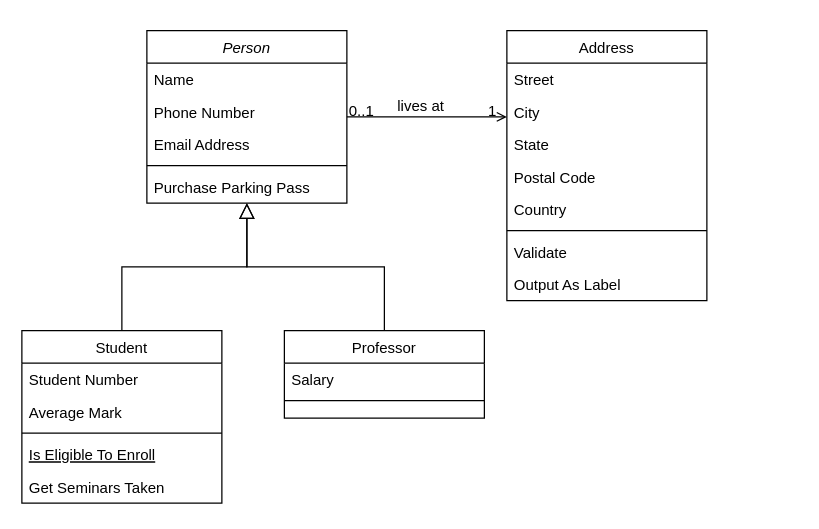
This is UML.drawio from VeronikaParamonova/File_monitoring, a draw.io file, before an edit. Source tidied: cells renumbered, new cells numbered last; positions are measured from the earlier drawing's top-left corner, leaving out a move shared by most shapes. Both pictures are drawn from the tidied source at 125%, with x=0, y=0 at pixel (21, 30).
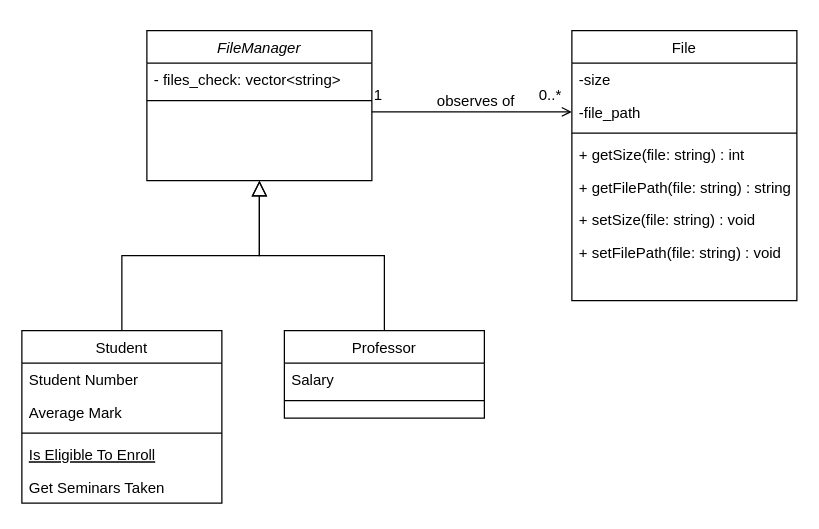
After the change.

Change to the diagram source:
```diff
@@
-    <mxCell id="2" value="Person" style="swimlane;fontStyle=2;align=center;verticalAlign=top;horizontal=1;startSize=26;rounded=0;shadow=0;strokeWidth=1;" parent="1" vertex="1">
-      <mxGeometry x="100" width="160" height="138" as="geometry" />
+    <mxCell id="2" value="FileManager" style="swimlane;fontStyle=2;align=center;verticalAlign=top;horizontal=1;startSize=26;rounded=0;shadow=0;strokeWidth=1;" parent="1" vertex="1">
+      <mxGeometry x="100" width="180" height="120" as="geometry" />
     </mxCell>
-    <mxCell id="3" value="Name" style="text;align=left;verticalAlign=top;spacingLeft=4;spacingRight=4;overflow=hidden;" parent="2" vertex="1">
-      <mxGeometry y="26" width="160" height="26" as="geometry" />
+    <mxCell id="3" value="- files_check: vector&lt;string&gt;" style="text;align=left;verticalAlign=top;spacingLeft=4;spacingRight=4;overflow=hidden;" parent="2" vertex="1">
+      <mxGeometry y="26" width="180" height="26" as="geometry" />
     </mxCell>
-    <mxCell id="4" value="Phone Number" style="text;align=left;verticalAlign=top;spacingLeft=4;spacingRight=4;overflow=hidden;rounded=0;shadow=0;html=0;" parent="2" vertex="1">
-      <mxGeometry y="52" width="160" height="26" as="geometry" />
-    </mxCell>
-    <mxCell id="5" value="Email Address" style="text;align=left;verticalAlign=top;spacingLeft=4;spacingRight=4;overflow=hidden;rounded=0;shadow=0;html=0;" parent="2" vertex="1">
-      <mxGeometry y="78" width="160" height="26" as="geometry" />
-    </mxCell>
     <mxCell id="6" style="line;html=1;strokeWidth=1;align=left;verticalAlign=middle;spacingTop=-1;spacingLeft=3;spacingRight=3;labelPosition=right;" parent="2" vertex="1">
-      <mxGeometry y="104" width="160" height="8" as="geometry" />
+      <mxGeometry y="52" width="180" height="8" as="geometry" />
     </mxCell>
-    <mxCell id="7" value="Purchase Parking Pass" style="text;align=left;verticalAlign=top;spacingLeft=4;spacingRight=4;overflow=hidden;" parent="2" vertex="1">
-      <mxGeometry y="112" width="160" height="26" as="geometry" />
-    </mxCell>
@@
+    <mxCell id="32" style="edgeStyle=orthogonalEdgeStyle;rounded=0;jettySize=auto;html=1;exitX=0.75;exitY=0;exitDx=0;exitDy=0;" parent="1" edge="1" source="19">
+      <mxGeometry relative="1" as="geometry">
+        <mxPoint x="570" y="10" as="targetPoint" />
+      </mxGeometry>
+    </mxCell>
-    <mxCell id="19" value="Address" style="swimlane;fontStyle=0;align=center;verticalAlign=top;horizontal=1;startSize=26;rounded=0;shadow=0;strokeWidth=1;" parent="1" vertex="1">
-      <mxGeometry x="388" width="160" height="216" as="geometry" />
+    <mxCell id="19" value="File" style="swimlane;fontStyle=0;align=center;verticalAlign=top;horizontal=1;startSize=26;rounded=0;shadow=0;strokeWidth=1;" parent="1" vertex="1">
+      <mxGeometry x="440" width="180" height="216" as="geometry" />
     </mxCell>
-    <mxCell id="20" value="Street" style="text;align=left;verticalAlign=top;spacingLeft=4;spacingRight=4;overflow=hidden;" parent="19" vertex="1">
-      <mxGeometry y="26" width="160" height="26" as="geometry" />
+    <mxCell id="20" value="-size" style="text;align=left;verticalAlign=top;spacingLeft=4;spacingRight=4;overflow=hidden;" parent="19" vertex="1">
+      <mxGeometry y="26" width="180" height="26" as="geometry" />
     </mxCell>
-    <mxCell id="21" value="City" style="text;align=left;verticalAlign=top;spacingLeft=4;spacingRight=4;overflow=hidden;points=[[0,0.5],[1,0.5]];portConstraint=eastwest;rounded=0;shadow=0;html=0;" parent="19" vertex="1">
-      <mxGeometry y="52" width="160" height="26" as="geometry" />
+    <mxCell id="21" value="-file_path" style="text;align=left;verticalAlign=top;spacingLeft=4;spacingRight=4;overflow=hidden;points=[[0,0.5],[1,0.5]];portConstraint=eastwest;rounded=0;shadow=0;html=0;" parent="19" vertex="1">
+      <mxGeometry y="52" width="180" height="26" as="geometry" />
     </mxCell>
-    <mxCell id="22" value="State" style="text;align=left;verticalAlign=top;spacingLeft=4;spacingRight=4;overflow=hidden;rounded=0;shadow=0;html=0;" parent="19" vertex="1">
-      <mxGeometry y="78" width="160" height="26" as="geometry" />
-    </mxCell>
-    <mxCell id="23" value="Postal Code" style="text;align=left;verticalAlign=top;spacingLeft=4;spacingRight=4;overflow=hidden;rounded=0;shadow=0;html=0;" parent="19" vertex="1">
-      <mxGeometry y="104" width="160" height="26" as="geometry" />
-    </mxCell>
-    <mxCell id="24" value="Country" style="text;align=left;verticalAlign=top;spacingLeft=4;spacingRight=4;overflow=hidden;rounded=0;shadow=0;html=0;" parent="19" vertex="1">
-      <mxGeometry y="130" width="160" height="26" as="geometry" />
-    </mxCell>
     <mxCell id="25" style="line;html=1;strokeWidth=1;align=left;verticalAlign=middle;spacingTop=-1;spacingLeft=3;spacingRight=3;labelPosition=right;" parent="19" vertex="1">
-      <mxGeometry y="156" width="160" height="8" as="geometry" />
+      <mxGeometry y="78" width="180" height="8" as="geometry" />
     </mxCell>
-    <mxCell id="26" value="Validate" style="text;align=left;verticalAlign=top;spacingLeft=4;spacingRight=4;overflow=hidden;" parent="19" vertex="1">
-      <mxGeometry y="164" width="160" height="26" as="geometry" />
+    <mxCell id="26" value="+ getSize(file: string) : int" style="text;align=left;verticalAlign=top;spacingLeft=4;spacingRight=4;overflow=hidden;" parent="19" vertex="1">
+      <mxGeometry y="86" width="180" height="26" as="geometry" />
     </mxCell>
-    <mxCell id="27" value="Output As Label" style="text;align=left;verticalAlign=top;spacingLeft=4;spacingRight=4;overflow=hidden;" parent="19" vertex="1">
-      <mxGeometry y="190" width="160" height="26" as="geometry" />
-    </mxCell>
+    <mxCell id="33" value="+ getFilePath(file: string) : string" style="text;align=left;verticalAlign=top;spacingLeft=4;spacingRight=4;overflow=hidden;" parent="19" vertex="1">
+      <mxGeometry y="112" width="180" height="26" as="geometry" />
+    </mxCell>
+    <mxCell id="34" value="+ setSize(file: string) : void" style="text;align=left;verticalAlign=top;spacingLeft=4;spacingRight=4;overflow=hidden;" parent="19" vertex="1">
+      <mxGeometry y="138" width="180" height="26" as="geometry" />
+    </mxCell>
+    <mxCell id="35" value="+ setFilePath(file: string) : void&#10;" style="text;align=left;verticalAlign=top;spacingLeft=4;spacingRight=4;overflow=hidden;" parent="19" vertex="1">
+      <mxGeometry y="164" width="180" height="26" as="geometry" />
+    </mxCell>
-    <mxCell id="28" style="endArrow=open;shadow=0;strokeWidth=1;rounded=0;curved=0;endFill=1;edgeStyle=elbowEdgeStyle;elbow=vertical;" parent="1" edge="1" source="2" target="19">
+    <mxCell id="28" style="endArrow=open;shadow=0;strokeWidth=1;rounded=0;curved=0;endFill=1;edgeStyle=elbowEdgeStyle;elbow=vertical;" parent="1" edge="1" source="2" target="21">
       <mxGeometry x="0.5" y="41" relative="1" as="geometry">
         <mxPoint x="-40" y="32" as="offset" />
       </mxGeometry>
     </mxCell>
-    <mxCell id="29" value="0..1" style="align=left;verticalAlign=bottom;labelBackgroundColor=none;fontSize=12;" parent="28" vertex="1">
+    <mxCell id="29" value="1" style="align=left;verticalAlign=bottom;labelBackgroundColor=none;fontSize=12;" parent="28" vertex="1">
       <mxGeometry x="-1" relative="1" as="geometry">
-        <mxPoint y="4" as="offset" />
+        <mxPoint y="-5" as="offset" />
       </mxGeometry>
     </mxCell>
-    <mxCell id="30" value="1" style="align=right;verticalAlign=bottom;labelBackgroundColor=none;fontSize=12;" parent="28" vertex="1">
+    <mxCell id="30" value="0..*" style="align=right;verticalAlign=bottom;labelBackgroundColor=none;fontSize=12;" parent="28" vertex="1">
       <mxGeometry x="1" relative="1" as="geometry">
-        <mxPoint x="-7" y="4" as="offset" />
+        <mxPoint x="-7" y="-5" as="offset" />
       </mxGeometry>
     </mxCell>
-    <mxCell id="31" value="lives at" style="text;html=1;align=center;verticalAlign=middle;labelBackgroundColor=none;rounded=0;shadow=0;strokeWidth=1;fontSize=12;" parent="28" vertex="1">
+    <mxCell id="31" value="observes of" style="text;html=1;align=center;verticalAlign=middle;labelBackgroundColor=none;rounded=0;shadow=0;strokeWidth=1;fontSize=12;" parent="28" vertex="1">
       <mxGeometry x="0.5" y="49" relative="1" as="geometry">
         <mxPoint x="-38" y="40" as="offset" />
       </mxGeometry>
     </mxCell>
```
